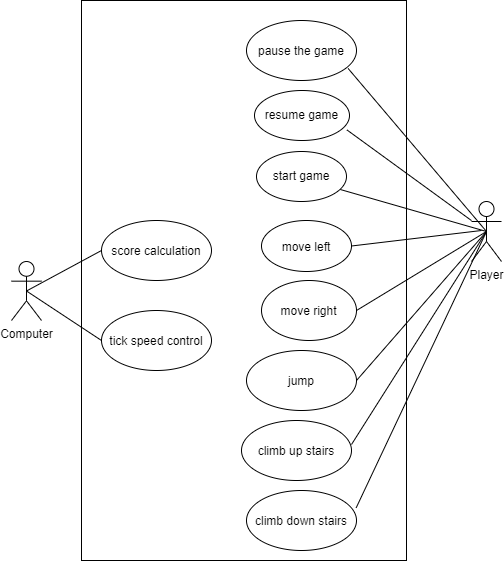
This is use_case_diagrams.png from vyigityildiz/space-kong-2001, a draw.io export, as it was before one commit. Source tidied: cells renumbered, new cells last; positions are measured from the earlier drawing's top-left corner, leaving out a move shared by most shapes.
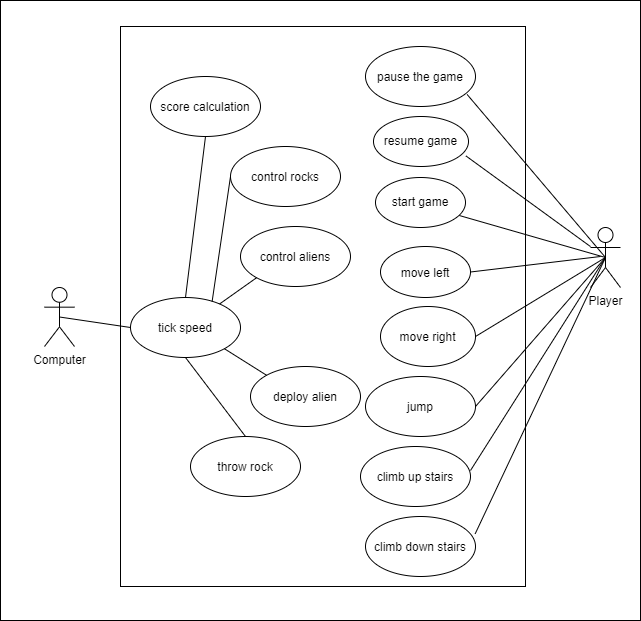
The same file after the commit.

Change to the diagram source:
```diff
@@ -2,8 +2,11 @@
   <root>
     <mxCell id="0" />
     <mxCell id="1" parent="0" />
+    <mxCell id="25" style="rounded=0;whiteSpace=wrap;html=1;" parent="1" vertex="1">
+      <mxGeometry x="-130" y="-26" width="640" height="620" as="geometry" />
+    </mxCell>
     <mxCell id="2" style="rounded=0;whiteSpace=wrap;html=1;" parent="1" vertex="1">
-      <mxGeometry x="70" width="325" height="560" as="geometry" />
+      <mxGeometry x="-10" width="405" height="560" as="geometry" />
     </mxCell>
     <mxCell id="3" value="Player" style="shape=umlActor;verticalLabelPosition=bottom;verticalAlign=top;html=1;" parent="1" vertex="1">
       <mxGeometry x="460" y="201" width="30" height="60" as="geometry" />
@@ -27,7 +30,7 @@
       <mxGeometry x="235" y="20" width="110" height="60" as="geometry" />
     </mxCell>
     <mxCell id="10" value="Computer" style="shape=umlActor;verticalLabelPosition=bottom;verticalAlign=top;html=1;outlineConnect=0;" parent="1" vertex="1">
-      <mxGeometry y="261" width="30" height="59" as="geometry" />
+      <mxGeometry x="-86" y="261" width="30" height="59" as="geometry" />
     </mxCell>
     <mxCell id="11" style="endArrow=none;html=1;entryX=0.5;entryY=0.5;entryDx=0;entryDy=0;entryPerimeter=0;exitX=1;exitY=0.5;exitDx=0;exitDy=0;" parent="1" edge="1" source="6" target="3">
       <mxGeometry relative="1" as="geometry" />
@@ -50,14 +53,11 @@
       <mxGeometry relative="1" as="geometry" />
     </mxCell>
     <mxCell id="17" value="score calculation" style="ellipse;" parent="1" vertex="1">
-      <mxGeometry x="90" y="220" width="110" height="60" as="geometry" />
+      <mxGeometry x="20" y="50" width="110" height="60" as="geometry" />
     </mxCell>
-    <mxCell id="18" value="tick speed control" style="ellipse;" parent="1" vertex="1">
-      <mxGeometry x="90" y="310" width="110" height="60" as="geometry" />
+    <mxCell id="18" value="tick speed" style="ellipse;" parent="1" vertex="1">
+      <mxGeometry y="271" width="110" height="60" as="geometry" />
     </mxCell>
-    <mxCell id="19" style="endArrow=none;html=1;entryX=0;entryY=0.5;entryDx=0;entryDy=0;exitX=0.5;exitY=0.5;exitDx=0;exitDy=0;exitPerimeter=0;" parent="1" edge="1" source="10" target="17">
-      <mxGeometry relative="1" as="geometry" />
-    </mxCell>
     <mxCell id="20" style="endArrow=none;html=1;exitX=0.5;exitY=0.5;exitDx=0;exitDy=0;exitPerimeter=0;entryX=0;entryY=0.5;entryDx=0;entryDy=0;" parent="1" edge="1" source="10" target="18">
       <mxGeometry relative="1" as="geometry" />
     </mxCell>
@@ -73,5 +73,32 @@
     <mxCell id="24" style="endArrow=none;html=1;exitX=0.931;exitY=0.76;exitDx=0;exitDy=0;exitPerimeter=0;entryX=0.5;entryY=0.5;entryDx=0;entryDy=0;entryPerimeter=0;" parent="1" edge="1" source="22" target="3">
       <mxGeometry relative="1" as="geometry" />
     </mxCell>
+    <mxCell id="26" style="endArrow=none;html=1;entryX=0.5;entryY=1;entryDx=0;entryDy=0;exitX=0.5;exitY=0;exitDx=0;exitDy=0;" parent="1" edge="1" source="18" target="17">
+      <mxGeometry relative="1" as="geometry" />
+    </mxCell>
+    <mxCell id="27" value="control rocks" style="ellipse;" parent="1" vertex="1">
+      <mxGeometry x="100" y="120" width="110" height="60" as="geometry" />
+    </mxCell>
+    <mxCell id="28" value="control aliens" style="ellipse;" parent="1" vertex="1">
+      <mxGeometry x="110" y="200" width="110" height="60" as="geometry" />
+    </mxCell>
+    <mxCell id="29" value="deploy alien" style="ellipse;" parent="1" vertex="1">
+      <mxGeometry x="120" y="340" width="110" height="60" as="geometry" />
+    </mxCell>
+    <mxCell id="30" value="throw rock" style="ellipse;" parent="1" vertex="1">
+      <mxGeometry x="60" y="410" width="110" height="60" as="geometry" />
+    </mxCell>
+    <mxCell id="31" style="endArrow=none;html=1;entryX=0.742;entryY=0.067;entryDx=0;entryDy=0;entryPerimeter=0;exitX=0;exitY=0.5;exitDx=0;exitDy=0;" parent="1" edge="1" source="27" target="18">
+      <mxGeometry relative="1" as="geometry" />
+    </mxCell>
+    <mxCell id="32" style="endArrow=none;html=1;entryX=0;entryY=1;entryDx=0;entryDy=0;" parent="1" edge="1" source="18" target="28">
+      <mxGeometry relative="1" as="geometry" />
+    </mxCell>
+    <mxCell id="33" style="endArrow=none;html=1;exitX=1;exitY=1;exitDx=0;exitDy=0;entryX=0;entryY=0;entryDx=0;entryDy=0;" parent="1" edge="1" source="18" target="29">
+      <mxGeometry relative="1" as="geometry" />
+    </mxCell>
+    <mxCell id="34" style="endArrow=none;html=1;exitX=0.5;exitY=1;exitDx=0;exitDy=0;entryX=0.5;entryY=0;entryDx=0;entryDy=0;" parent="1" edge="1" source="18" target="30">
+      <mxGeometry relative="1" as="geometry" />
+    </mxCell>
   </root>
 </mxGraphModel>
```
